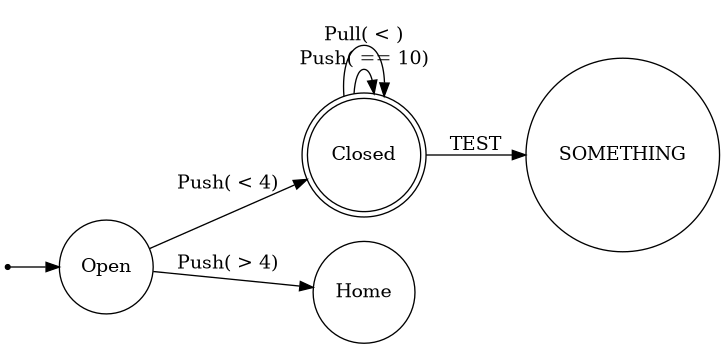
P4-Group2-Compiler/P4-State-Lang keeps this Graphviz diagram as bin/graph.png. Above is the earlier version. Its source is kept beside it as bin/graph.gv.
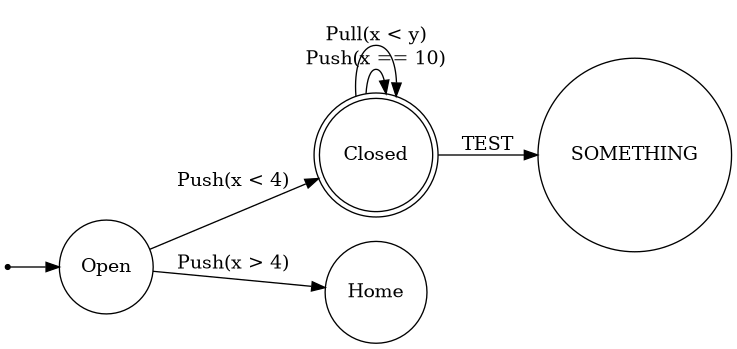
The same file after the commit.

Commit message:
Turns out the variables DID show, just not in the VS Code extension.

Diff of the diagram source:
```diff
@@ -3,10 +3,10 @@
  node [shape = circle;];
  null [shape = point;];
 null -> Open;
-Open -> Closed [label="Push( < 4)"];
-Open -> Home [label="Push( > 4)"];
-Closed -> Closed [label="Push( == 10)"];
-Closed -> Closed [label="Pull( < )"];
+Open -> Closed [label="Push(x < 4)"];
+Open -> Home [label="Push(x > 4)"];
+Closed -> Closed [label="Push(x == 10)"];
+Closed -> Closed [label="Pull(x < y)"];
 Closed -> SOMETHING [label="TEST"];
 Closed [shape = doublecircle;];
 }
```
